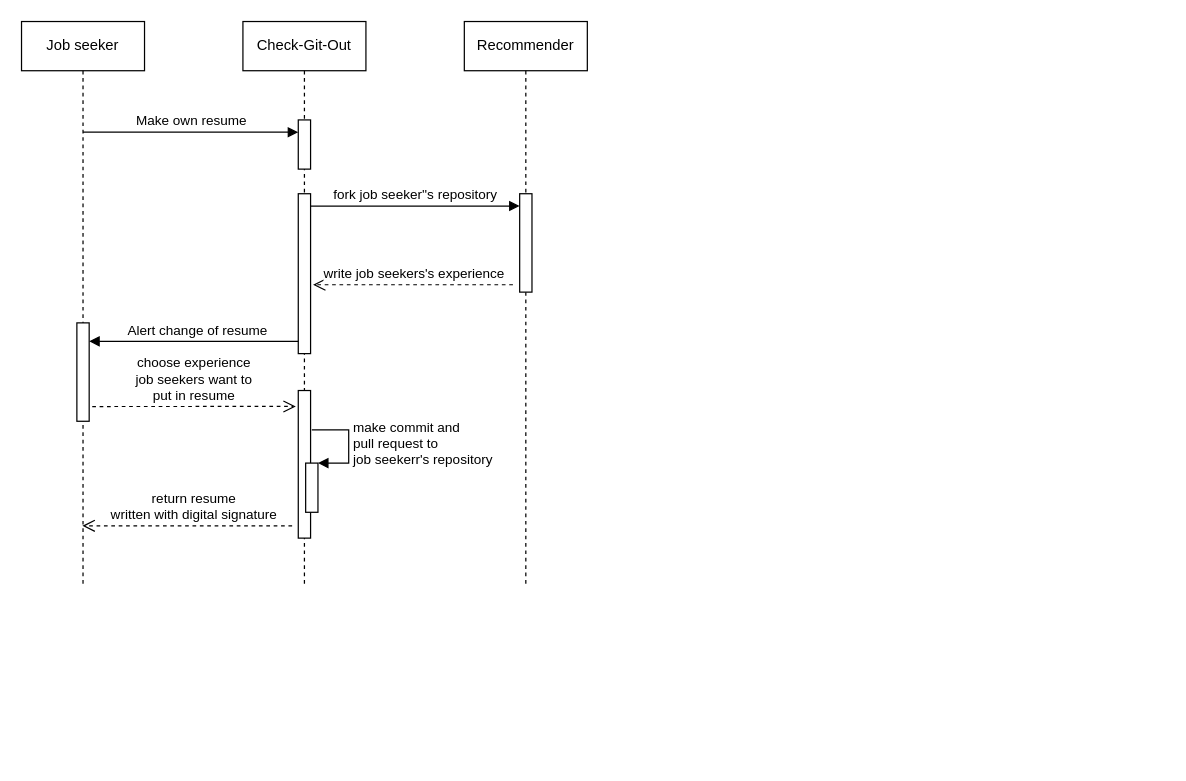
Before: sequence Diagram.drawio in han9rykim/Check_Git_Out, a draw.io diagram. Source tidied: cells renumbered, new cells numbered last; positions are measured from the earlier drawing's top-left corner, leaving out a move shared by most shapes. Both pictures are drawn from the tidied source at 123%, with x=0, y=0 at pixel (21, 21).
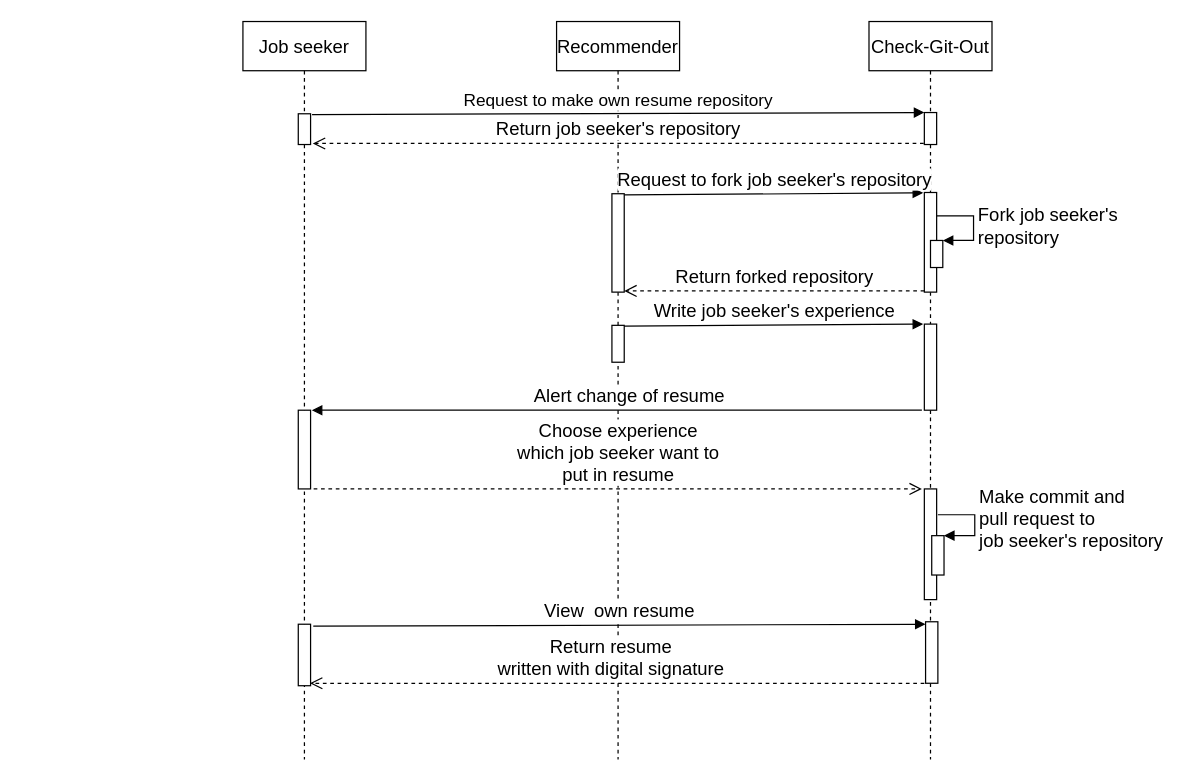
After the change.

What changed in the source:
```diff
@@
-    <mxCell id="2" value="Job seeker" style="shape=umlLifeline;perimeter=lifelinePerimeter;whiteSpace=wrap;html=1;outlineConnect=0;" parent="1" vertex="1">
-      <mxGeometry width="100" height="460" as="geometry" />
+    <mxCell id="2" value="&lt;font style=&quot;font-size: 15px&quot;&gt;Job seeker&lt;/font&gt;" style="shape=umlLifeline;perimeter=lifelinePerimeter;whiteSpace=wrap;html=1;outlineConnect=0;" parent="1" vertex="1">
+      <mxGeometry x="180" width="100" height="600" as="geometry" />
     </mxCell>
-    <mxCell id="3" style="html=1;perimeter=orthogonalPerimeter;" parent="2" vertex="1">
-      <mxGeometry x="45" y="245" width="10" height="80" as="geometry" />
-    </mxCell>
+    <mxCell id="18" style="html=1;perimeter=orthogonalPerimeter;" parent="2" vertex="1">
+      <mxGeometry x="45" y="316" width="10" height="64" as="geometry" />
+    </mxCell>
+    <mxCell id="19" style="html=1;points=[];perimeter=orthogonalPerimeter;" parent="2" vertex="1">
+      <mxGeometry x="45" y="75" width="10" height="25" as="geometry" />
+    </mxCell>
+    <mxCell id="20" style="html=1;perimeter=orthogonalPerimeter;" parent="2" vertex="1">
+      <mxGeometry x="45" y="490" width="10" height="50" as="geometry" />
+    </mxCell>
-    <mxCell id="4" value="Recommender" style="shape=umlLifeline;perimeter=lifelinePerimeter;whiteSpace=wrap;html=1;" parent="1" vertex="1">
-      <mxGeometry x="360" width="100" height="460" as="geometry" />
+    <mxCell id="4" value="&lt;font style=&quot;font-size: 15px&quot;&gt;Recommender&lt;/font&gt;" style="shape=umlLifeline;perimeter=lifelinePerimeter;whiteSpace=wrap;html=1;" parent="1" vertex="1">
+      <mxGeometry x="435" width="100" height="600" as="geometry" />
     </mxCell>
-    <mxCell id="5" value="fork job seeker''s repository" style="html=1;verticalAlign=bottom;endArrow=block;rounded=0;" parent="4" edge="1">
-      <mxGeometry relative="1" as="geometry">
-        <mxPoint x="-125" y="150" as="sourcePoint" />
-        <mxPoint x="45" y="150" as="targetPoint" />
-      </mxGeometry>
-    </mxCell>
@@
-    <mxCell id="7" value="write job seekers's experience" style="html=1;verticalAlign=bottom;endArrow=open;dashed=1;endSize=8;rounded=0;" parent="4" edge="1">
-      <mxGeometry relative="1" as="geometry">
-        <mxPoint x="39.5" y="214" as="sourcePoint" />
-        <mxPoint x="-123" y="214" as="targetPoint" />
-        <Array as="points">
-          <mxPoint x="-40" y="214" />
-        </Array>
-      </mxGeometry>
-    </mxCell>
+    <mxCell id="21" style="html=1;perimeter=orthogonalPerimeter;" parent="4" vertex="1">
+      <mxGeometry x="45" y="247" width="10" height="30" as="geometry" />
+    </mxCell>
-    <mxCell id="8" value="Check-Git-Out" style="shape=umlLifeline;perimeter=lifelinePerimeter;whiteSpace=wrap;html=1;" parent="1" vertex="1">
-      <mxGeometry x="180" width="100" height="460" as="geometry" />
+    <mxCell id="8" value="&lt;font style=&quot;font-size: 15px&quot;&gt;Check-Git-Out&lt;/font&gt;" style="shape=umlLifeline;perimeter=lifelinePerimeter;whiteSpace=wrap;html=1;" parent="1" vertex="1">
+      <mxGeometry x="689" width="100" height="600" as="geometry" />
     </mxCell>
-    <mxCell id="9" style="html=1;points=[];perimeter=orthogonalPerimeter;" parent="8" vertex="1">
-      <mxGeometry x="45" y="80" width="10" height="40" as="geometry" />
-    </mxCell>
-    <mxCell id="10" style="html=1;perimeter=orthogonalPerimeter;" parent="8" vertex="1">
-      <mxGeometry x="45" y="140" width="10" height="130" as="geometry" />
-    </mxCell>
-    <mxCell id="11" style="html=1;points=[];perimeter=orthogonalPerimeter;" parent="8" vertex="1">
-      <mxGeometry x="45" y="300" width="10" height="120" as="geometry" />
-    </mxCell>
-    <mxCell id="12" value="return resume&lt;br&gt;written with digital signature" style="html=1;verticalAlign=bottom;endArrow=open;dashed=1;endSize=8;rounded=0;" parent="8" edge="1" target="2">
-      <mxGeometry x="-0.06" relative="1" as="geometry">
-        <mxPoint x="40" y="410" as="sourcePoint" />
-      </mxGeometry>
-    </mxCell>
-    <mxCell id="13" value="Make own resume" style="html=1;verticalAlign=bottom;endArrow=block;rounded=0;entryX=0;entryY=0.25;entryDx=0;entryDy=0;entryPerimeter=0;" parent="1" edge="1" target="9">
-      <mxGeometry relative="1" as="geometry">
-        <mxPoint x="50" y="90" as="sourcePoint" />
-      </mxGeometry>
-    </mxCell>
+    <mxCell id="22" style="html=1;points=[];perimeter=orthogonalPerimeter;" parent="8" vertex="1">
+      <mxGeometry x="45" y="74" width="10" height="26" as="geometry" />
+    </mxCell>
+    <mxCell id="23" style="html=1;perimeter=orthogonalPerimeter;" parent="8" vertex="1">
+      <mxGeometry x="45" y="246" width="10" height="70" as="geometry" />
+    </mxCell>
+    <mxCell id="24" style="html=1;perimeter=orthogonalPerimeter;" parent="8" vertex="1">
+      <mxGeometry x="45" y="139" width="10" height="81" as="geometry" />
+    </mxCell>
+    <mxCell id="25" style="html=1;points=[];perimeter=orthogonalPerimeter;" parent="8" vertex="1">
+      <mxGeometry x="50" y="178" width="10" height="22" as="geometry" />
+    </mxCell>
+    <mxCell id="26" value="&lt;font style=&quot;font-size: 15px&quot;&gt;Fork job seeker's &lt;br&gt;repository&lt;/font&gt;" style="edgeStyle=orthogonalEdgeStyle;html=1;align=left;spacingLeft=2;endArrow=block;rounded=0;entryX=1;entryY=0;" parent="8" edge="1" target="25">
+      <mxGeometry relative="1" as="geometry">
+        <mxPoint x="55" y="158" as="sourcePoint" />
+        <Array as="points">
+          <mxPoint x="85" y="158" />
+        </Array>
+      </mxGeometry>
+    </mxCell>
+    <mxCell id="27" style="html=1;perimeter=orthogonalPerimeter;" parent="8" vertex="1">
+      <mxGeometry x="45" y="380" width="10" height="90" as="geometry" />
+    </mxCell>
+    <mxCell id="28" style="html=1;perimeter=orthogonalPerimeter;" parent="8" vertex="1">
+      <mxGeometry x="46" y="488" width="10" height="50" as="geometry" />
+    </mxCell>
+    <mxCell id="29" value="&lt;font style=&quot;font-size: 14px&quot;&gt;Request to make own resume repository&lt;/font&gt;" style="html=1;verticalAlign=bottom;endArrow=block;rounded=0;entryX=0;entryY=0.25;entryDx=0;entryDy=0;entryPerimeter=0;exitX=1.12;exitY=0.332;exitDx=0;exitDy=0;exitPerimeter=0;" parent="1" edge="1">
+      <mxGeometry relative="1" as="geometry">
+        <mxPoint x="236.2" y="75.6" as="sourcePoint" />
+        <mxPoint x="734" y="74" as="targetPoint" />
+      </mxGeometry>
+    </mxCell>
-    <mxCell id="14" value="Alert change of resume" style="html=1;verticalAlign=bottom;endArrow=block;rounded=0;exitX=0.2;exitY=0.923;exitDx=0;exitDy=0;exitPerimeter=0;" parent="1" edge="1">
+    <mxCell id="14" value="&lt;font style=&quot;font-size: 15px&quot;&gt;Alert change of resume&lt;/font&gt;" style="html=1;verticalAlign=bottom;endArrow=block;rounded=0;exitX=-0.3;exitY=0.923;exitDx=0;exitDy=0;exitPerimeter=0;" parent="1" edge="1">
       <mxGeometry x="-0.04" relative="1" as="geometry">
-        <mxPoint x="225" y="260" as="sourcePoint" />
-        <mxPoint x="55" y="260" as="targetPoint" />
+        <mxPoint x="732" y="316" as="sourcePoint" />
+        <mxPoint x="236" y="316" as="targetPoint" />
         <Array as="points">
-          <mxPoint x="189" y="260" />
+          <mxPoint x="370" y="316" />
         </Array>
       </mxGeometry>
     </mxCell>
-    <mxCell id="15" value="choose experience&lt;br&gt;job seekers want to &lt;br&gt;put in resume" style="html=1;verticalAlign=bottom;endArrow=open;dashed=1;endSize=8;rounded=0;entryX=-0.2;entryY=0.108;entryDx=0;entryDy=0;entryPerimeter=0;" parent="1" edge="1" target="11">
-      <mxGeometry relative="1" as="geometry">
-        <mxPoint x="57.5" y="313" as="sourcePoint" />
-      </mxGeometry>
-    </mxCell>
-    <mxCell id="16" style="html=1;points=[];perimeter=orthogonalPerimeter;" parent="1" vertex="1">
-      <mxGeometry x="231" y="359" width="10" height="40" as="geometry" />
-    </mxCell>
-    <mxCell id="17" value="make commit and&amp;nbsp;&lt;br&gt;pull request to &lt;br&gt;job seekerr's repository" style="edgeStyle=orthogonalEdgeStyle;html=1;align=left;spacingLeft=2;endArrow=block;rounded=0;entryX=1;entryY=0;" parent="1" edge="1" target="16">
-      <mxGeometry relative="1" as="geometry">
-        <mxPoint x="236" y="332" as="sourcePoint" />
-        <Array as="points">
-          <mxPoint x="266" y="332" />
-        </Array>
-      </mxGeometry>
-    </mxCell>
+    <mxCell id="30" value="&lt;font style=&quot;font-size: 15px&quot;&gt;Choose experience&lt;br&gt;which job seeker want to &lt;br&gt;put in resume&lt;/font&gt;" style="html=1;verticalAlign=bottom;endArrow=open;dashed=1;endSize=8;rounded=0;entryX=-0.2;entryY=0.108;entryDx=0;entryDy=0;entryPerimeter=0;" parent="1" edge="1">
+      <mxGeometry relative="1" as="geometry">
+        <mxPoint x="237.5" y="380" as="sourcePoint" />
+        <mxPoint x="732" y="380" as="targetPoint" />
+      </mxGeometry>
+    </mxCell>
+    <mxCell id="31" style="html=1;perimeter=orthogonalPerimeter;" parent="1" vertex="1">
+      <mxGeometry x="740" y="418" width="10" height="32" as="geometry" />
+    </mxCell>
+    <mxCell id="32" value="&lt;font style=&quot;font-size: 15px&quot;&gt;Make commit and&amp;nbsp;&lt;br&gt;pull request to &lt;br&gt;job seeker's repository&lt;/font&gt;" style="edgeStyle=orthogonalEdgeStyle;html=1;align=left;spacingLeft=2;endArrow=block;rounded=0;entryX=1;entryY=0;" parent="1" edge="1">
+      <mxGeometry x="-0.07" relative="1" as="geometry">
+        <mxPoint x="745" y="401" as="sourcePoint" />
+        <mxPoint x="750" y="418" as="targetPoint" />
+        <Array as="points">
+          <mxPoint x="775" y="401" />
+        </Array>
+      </mxGeometry>
+    </mxCell>
+    <mxCell id="33" value="&lt;font style=&quot;font-size: 15px&quot;&gt;Request to fork job seeker's repository&lt;/font&gt;" style="html=1;verticalAlign=bottom;endArrow=block;rounded=0;entryX=-0.1;entryY=0.069;entryDx=0;entryDy=0;entryPerimeter=0;" parent="1" edge="1">
+      <mxGeometry relative="1" as="geometry">
+        <mxPoint x="490" y="141" as="sourcePoint" />
+        <mxPoint x="733" y="139.3" as="targetPoint" />
+      </mxGeometry>
+    </mxCell>
+    <mxCell id="34" value="&lt;font style=&quot;font-size: 15px&quot;&gt;Return forked repository&lt;/font&gt;" style="html=1;verticalAlign=bottom;endArrow=open;dashed=1;endSize=8;rounded=0;" parent="1" edge="1">
+      <mxGeometry relative="1" as="geometry">
+        <mxPoint x="734" y="219" as="sourcePoint" />
+        <mxPoint x="490" y="219" as="targetPoint" />
+        <Array as="points">
+          <mxPoint x="654.5" y="219" />
+        </Array>
+      </mxGeometry>
+    </mxCell>
+    <mxCell id="35" value="&lt;font style=&quot;font-size: 15px&quot;&gt;Write job seeker's experience&lt;/font&gt;" style="html=1;verticalAlign=bottom;endArrow=block;rounded=0;entryX=-0.1;entryY=0.069;entryDx=0;entryDy=0;entryPerimeter=0;" parent="1" edge="1">
+      <mxGeometry relative="1" as="geometry">
+        <mxPoint x="490" y="247.7" as="sourcePoint" />
+        <mxPoint x="733" y="246" as="targetPoint" />
+      </mxGeometry>
+    </mxCell>
+    <mxCell id="36" value="&lt;font style=&quot;font-size: 15px&quot;&gt;Return resume&lt;br&gt;written with digital signature&lt;/font&gt;" style="html=1;verticalAlign=bottom;endArrow=open;dashed=1;endSize=8;rounded=0;" parent="1" edge="1">
+      <mxGeometry x="0.02" relative="1" as="geometry">
+        <mxPoint x="734" y="538" as="sourcePoint" />
+        <mxPoint x="234.5" y="538" as="targetPoint" />
+      </mxGeometry>
+    </mxCell>
+    <mxCell id="37" value="&lt;font style=&quot;font-size: 15px&quot;&gt;Return job seeker's repository&lt;/font&gt;" style="html=1;verticalAlign=bottom;endArrow=open;dashed=1;endSize=8;rounded=0;exitX=-0.052;exitY=0.967;exitDx=0;exitDy=0;exitPerimeter=0;entryX=1.181;entryY=0.966;entryDx=0;entryDy=0;entryPerimeter=0;" parent="1" edge="1" source="22" target="19">
+      <mxGeometry relative="1" as="geometry" />
+    </mxCell>
+    <mxCell id="38" value="&lt;font style=&quot;font-size: 15px&quot;&gt;View&amp;nbsp; own resume&lt;/font&gt;" style="html=1;verticalAlign=bottom;endArrow=block;rounded=0;entryX=0;entryY=0.25;entryDx=0;entryDy=0;entryPerimeter=0;exitX=1.12;exitY=0.332;exitDx=0;exitDy=0;exitPerimeter=0;" parent="1" edge="1">
+      <mxGeometry relative="1" as="geometry">
+        <mxPoint x="237.2" y="491.6" as="sourcePoint" />
+        <mxPoint x="735" y="490" as="targetPoint" />
+      </mxGeometry>
+    </mxCell>
```
